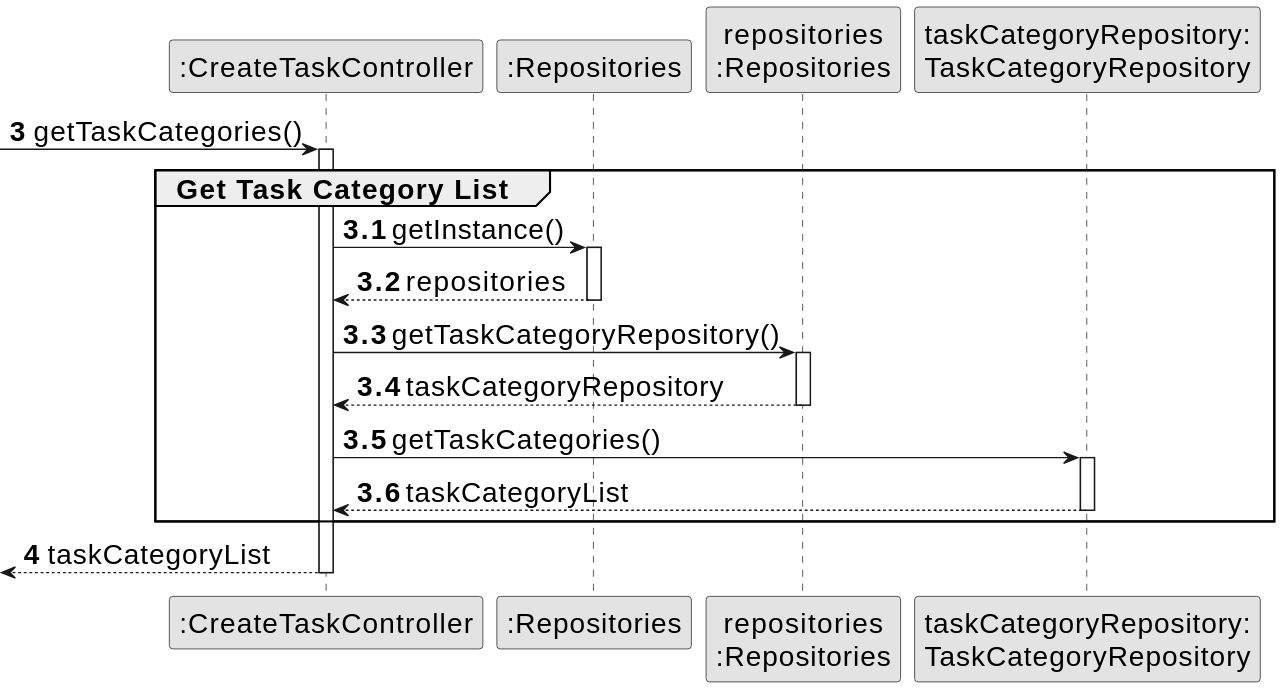
daniel41silva05/ISEP_2023_2024_LAPR2 keeps this PlantUML diagram as docs/sprintA&B&C/us023/03.design/svg/us023-sequence-diagram-partial-get-team-dto-list.svg. Above is the earlier version. Its diagram source:
```plantuml
@startuml
skinparamlocked defaultFontSize 20
skinparam monochrome true
skinparam packageStyle rectangle
skinparam shadowing false

autonumber


participant ":CreateTaskController" as CTRL
participant ":Repositories" as RepositorySingleton
participant "repositories\n:Repositories" as PLAT
participant "taskCategoryRepository:\nTaskCategoryRepository" as TaskCategoryRepository

autonumber 3

 -> CTRL : getTaskCategories()
autonumber 3.1
activate CTRL
    group Get Task Category List


            CTRL -> RepositorySingleton : getInstance()
            activate RepositorySingleton

                RepositorySingleton --> CTRL: repositories
            deactivate RepositorySingleton

            CTRL -> PLAT : getTaskCategoryRepository()
            activate PLAT

                PLAT --> CTRL: taskCategoryRepository
            deactivate PLAT

            CTRL -> TaskCategoryRepository : getTaskCategories()
            activate TaskCategoryRepository

                TaskCategoryRepository --> CTRL : taskCategoryList
            deactivate TaskCategoryRepository


    end
    autonumber 4
    <-- CTRL  : taskCategoryList
deactivate CTRL
@enduml
```
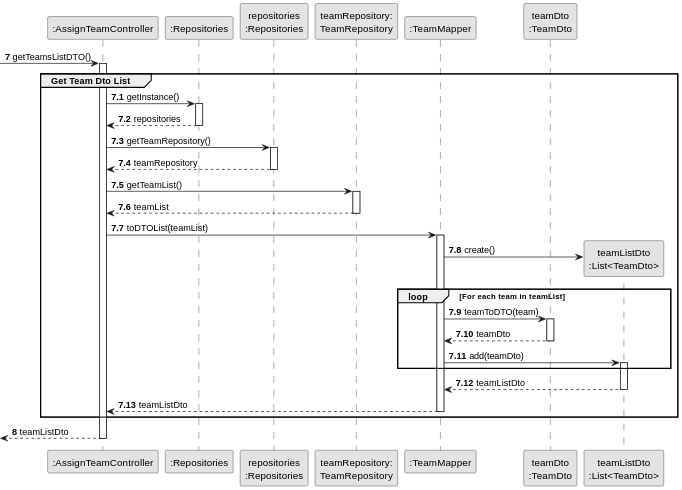
Above is the later version.

Diff of the diagram source:
```diff
@@ -1,5 +1,4 @@
 @startuml
-skinparamlocked defaultFontSize 20
 skinparam monochrome true
 skinparam packageStyle rectangle
 skinparam shadowing false
@@ -7,40 +6,65 @@
 autonumber
 
 
-participant ":CreateTaskController" as CTRL
-participant ":Repositories" as RepositorySingleton
-participant "repositories\n:Repositories" as PLAT
-participant "taskCategoryRepository:\nTaskCategoryRepository" as TaskCategoryRepository
+participant ":AssignTeamController" as CTRL
+participant ":Repositories" as REP
+participant "repositories\n:Repositories" as REPS
+participant "teamRepository:\nTeamRepository" as teamRepository
+participant ":TeamMapper" as teamMAPPER
+participant "teamDto\n:TeamDto" as teamDTO
+participant "teamListDto\n:List<TeamDto>" as teamListDTO
 
-autonumber 3
+autonumber 7
 
- -> CTRL : getTaskCategories()
-autonumber 3.1
+ -> CTRL : getTeamsListDTO()
+autonumber 7.1
 activate CTRL
-    group Get Task Category List
+    group Get Team Dto List
 
+            CTRL -> REP : getInstance()
+            activate REP
 
-            CTRL -> RepositorySingleton : getInstance()
-            activate RepositorySingleton
+            REP --> CTRL: repositories
+            deactivate REP
 
-                RepositorySingleton --> CTRL: repositories
-            deactivate RepositorySingleton
+            CTRL -> REPS : getTeamRepository()
+            activate REPS
 
-            CTRL -> PLAT : getTaskCategoryRepository()
-            activate PLAT
+            REPS --> CTRL: teamRepository
+            deactivate REPS
 
-                PLAT --> CTRL: taskCategoryRepository
-            deactivate PLAT
+            CTRL -> teamRepository: getTeamList()
+            activate teamRepository
 
-            CTRL -> TaskCategoryRepository : getTaskCategories()
-            activate TaskCategoryRepository
+            teamRepository --> CTRL : teamList
+            deactivate teamRepository
 
-                TaskCategoryRepository --> CTRL : taskCategoryList
-            deactivate TaskCategoryRepository
+            CTRL -> teamMAPPER: toDTOList(teamList)
+            activate teamMAPPER
 
+                teamMAPPER -> teamListDTO** : create()
+
+                loop For each team in teamList
+
+                teamMAPPER -> teamDTO: teamToDTO(team)
+                activate teamDTO
+
+                teamDTO --> teamMAPPER: teamDto
+                deactivate teamDTO
+
+                teamMAPPER -> teamListDTO: add(teamDto)
+                activate teamListDTO
+
+                end
+
+                teamListDTO --> teamMAPPER: teamListDto
+                deactivate teamListDTO
+
+            teamMAPPER --> CTRL : teamListDto
+            deactivate teamMAPPER
 
     end
-    autonumber 4
-    <-- CTRL  : taskCategoryList
+    autonumber 8
+    <-- CTRL  : teamListDto
 deactivate CTRL
 @enduml
```
